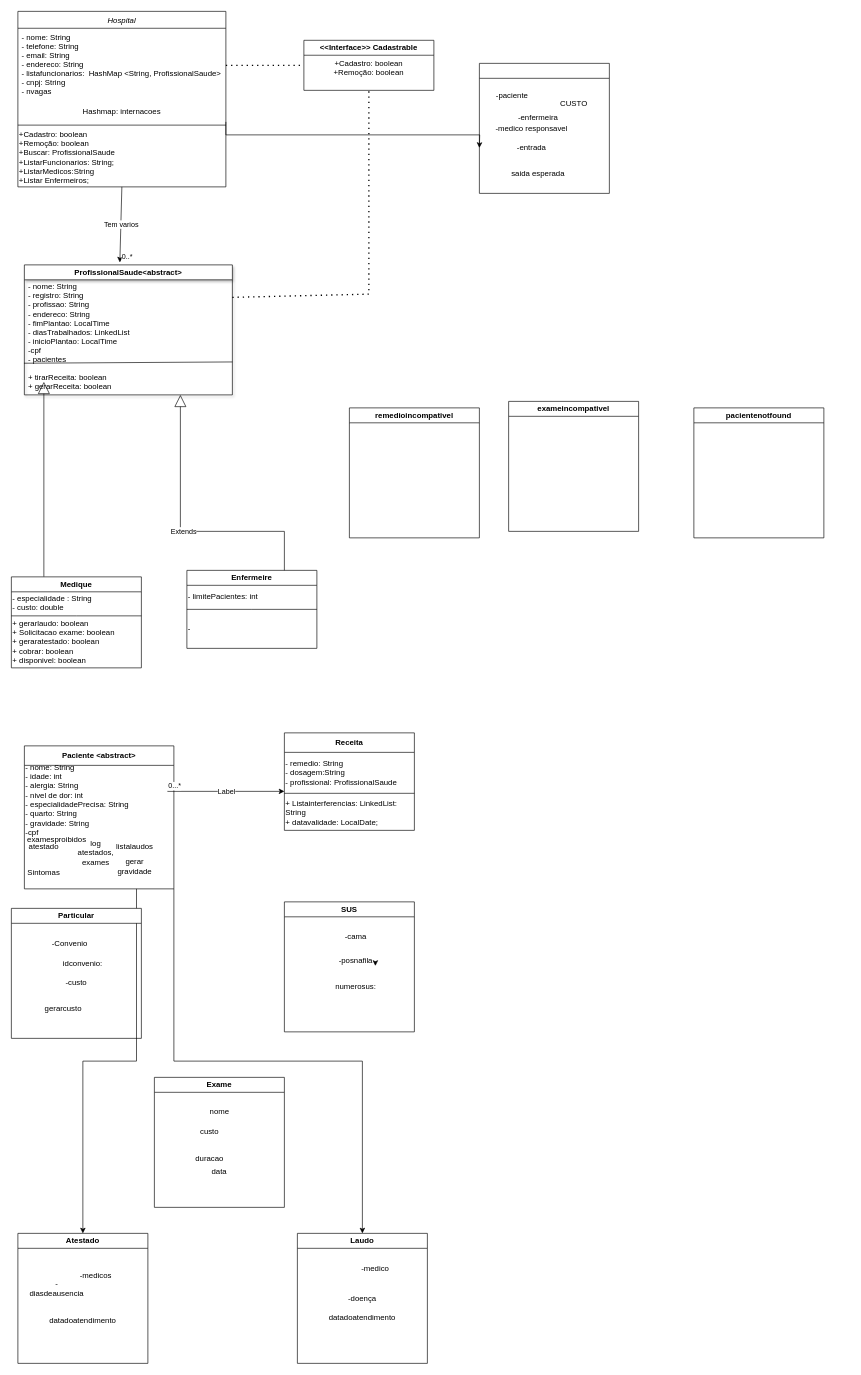
Before: Diagrama sem nome.drawio in Patricio-Andre/Trabalho-Final-MC322, a draw.io diagram. Source tidied: cells renumbered, new cells numbered last; positions are measured from the earlier drawing's top-left corner, leaving out a move shared by most shapes. Both pictures are drawn from the tidied source at 65%, with x=0, y=0 at pixel (11, 11).
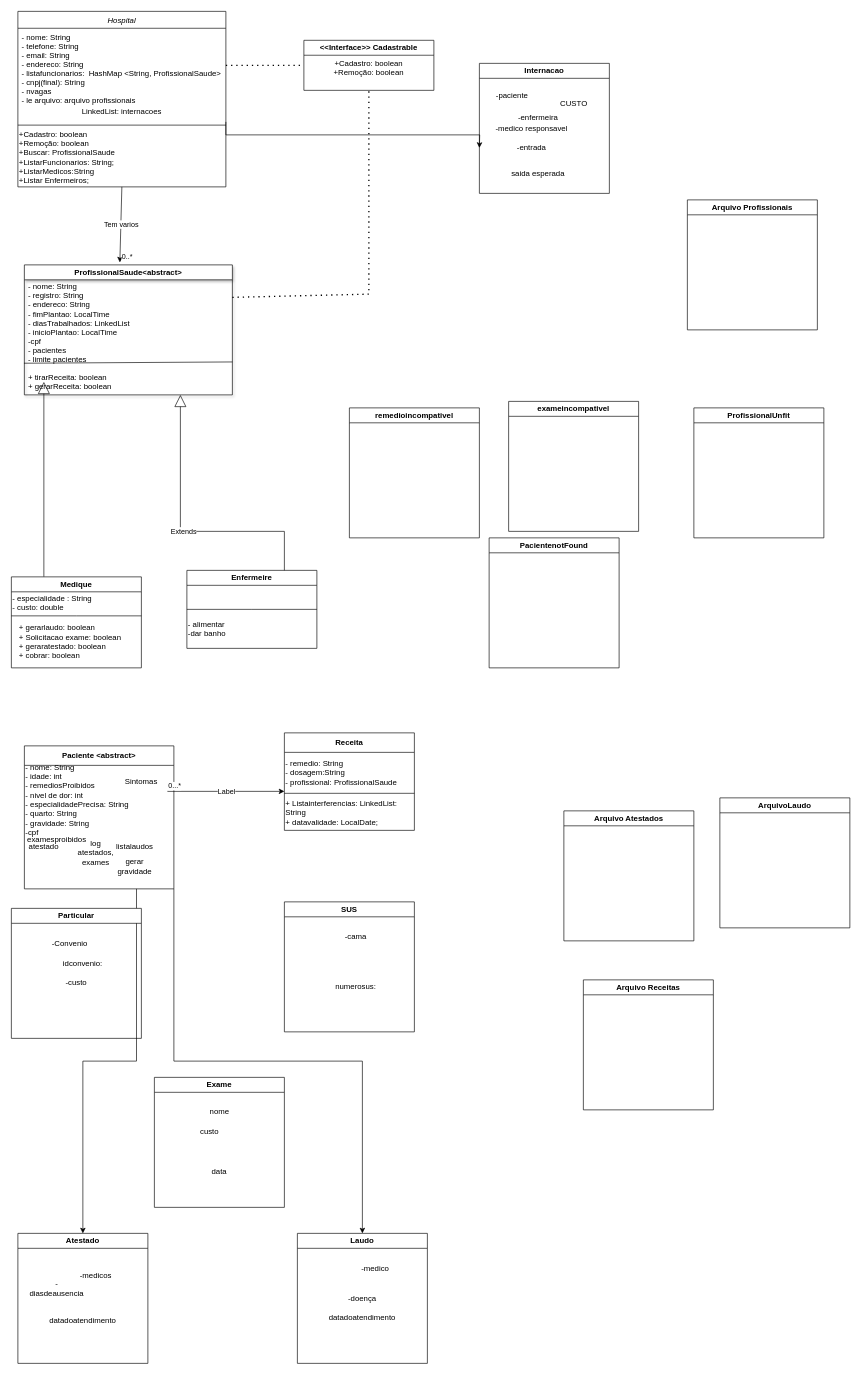
Above is the later version.

Unchanged cells that the change refers to:
```xml
<mxCell id="2" value="Hospital" style="swimlane;fontStyle=2;align=center;verticalAlign=top;horizontal=1;startSize=26;rounded=0;shadow=0;strokeWidth=1;" parent="1" vertex="1">
  <mxGeometry x="10" width="320" height="270" as="geometry" />
</mxCell>
<mxCell id="11" value="ProfissionalSaude&amp;lt;abstract&amp;gt;" style="swimlane;whiteSpace=wrap;html=1;shadow=1;" parent="1" vertex="1">
  <mxGeometry x="20" y="390" width="320" height="200" as="geometry" />
</mxCell>
<mxCell id="20" value="Medique" style="swimlane;whiteSpace=wrap;html=1;" parent="1" vertex="1">
  <mxGeometry y="870" width="200" height="140" as="geometry" />
</mxCell>
<mxCell id="24" value="Enfermeire" style="swimlane;whiteSpace=wrap;html=1;" parent="1" vertex="1">
  <mxGeometry x="270" y="860" width="200" height="120" as="geometry" />
</mxCell>
<mxCell id="31" value="Paciente &amp;lt;abstract&amp;gt;" style="swimlane;whiteSpace=wrap;html=1;startSize=30;" parent="1" vertex="1">
  <mxGeometry x="20" y="1130" width="230" height="220" as="geometry" />
</mxCell>
<mxCell id="39" value="Particular" style="swimlane;whiteSpace=wrap;html=1;startSize=23;" parent="1" vertex="1">
  <mxGeometry y="1380" width="200" height="200" as="geometry" />
</mxCell>
<mxCell id="44" value="SUS" style="swimlane;whiteSpace=wrap;html=1;" parent="1" vertex="1">
  <mxGeometry x="420" y="1370" width="200" height="200" as="geometry" />
</mxCell>
<mxCell id="52" value="Exame" style="swimlane;whiteSpace=wrap;html=1;" parent="1" vertex="1">
  <mxGeometry x="220" y="1640" width="200" height="200" as="geometry" />
</mxCell>
```

Change to the diagram source:
```diff
@@
-    <mxCell id="3" value="- nome: String&#10;- telefone: String&#10;- email: String&#10;- endereco: String&#10;- listafuncionarios:  HashMap &lt;String, ProfissionalSaude&gt;&#10;- cnpj: String&#10;- nvagas&#10;" style="text;align=left;verticalAlign=top;spacingLeft=4;spacingRight=4;overflow=hidden;points=[[0,0.5],[1,0.5]];portConstraint=eastwest;" parent="2" vertex="1">
+    <mxCell id="3" value="- nome: String&#10;- telefone: String&#10;- email: String&#10;- endereco: String&#10;- listafuncionarios:  HashMap &lt;String, ProfissionalSaude&gt;&#10;- cnpj(final): String&#10;- nvagas&#10;- le arquivo: arquivo profissionais" style="text;align=left;verticalAlign=top;spacingLeft=4;spacingRight=4;overflow=hidden;points=[[0,0.5],[1,0.5]];portConstraint=eastwest;" parent="2" vertex="1">
       <mxGeometry y="26" width="320" height="114" as="geometry" />
     </mxCell>
@@
-    <mxCell id="5" value="Hashmap: internacoes" style="text;html=1;strokeColor=none;fillColor=none;align=center;verticalAlign=middle;whiteSpace=wrap;rounded=0;" parent="2" vertex="1">
+    <mxCell id="5" value="LinkedList: internacoes" style="text;html=1;strokeColor=none;fillColor=none;align=center;verticalAlign=middle;whiteSpace=wrap;rounded=0;" parent="2" vertex="1">
       <mxGeometry y="140" width="320" height="30" as="geometry" />
     </mxCell>
@@
-    <mxCell id="12" value="- nome: String&#10;- registro: String&#10;- profissao: String&#10;- endereco: String&#10;- fimPlantao: LocalTime&#10;- diasTrabalhados: LinkedList&#10;- inicioPlantao: LocalTime&#10;-cpf&#10;- pacientes&#10;&#10;&#10;" style="text;align=left;verticalAlign=top;spacingLeft=4;spacingRight=4;overflow=hidden;points=[[0,0.5],[1,0.5]];portConstraint=eastwest;" parent="11" vertex="1">
+    <mxCell id="12" value="- nome: String&#10;- registro: String&#10;- endereco: String&#10;- fimPlantao: LocalTime&#10;- diasTrabalhados: LinkedList&#10;- inicioPlantao: LocalTime&#10;-cpf&#10;- pacientes&#10;- limite pacientes&#10;&#10;&#10;" style="text;align=left;verticalAlign=top;spacingLeft=4;spacingRight=4;overflow=hidden;points=[[0,0.5],[1,0.5]];portConstraint=eastwest;" parent="11" vertex="1">
       <mxGeometry y="20" width="320" height="130" as="geometry" />
     </mxCell>
@@
-    <mxCell id="22" value="+ gerarlaudo: boolean&lt;br&gt;+ Solicitacao exame: boolean&lt;br&gt;+ geraratestado: boolean&lt;br&gt;+ cobrar: boolean&lt;br&gt;+ disponivel: boolean" style="text;html=1;strokeColor=none;fillColor=none;align=left;verticalAlign=middle;whiteSpace=wrap;rounded=0;" parent="20" vertex="1">
-      <mxGeometry y="60" width="200" height="80" as="geometry" />
+    <mxCell id="22" value="+ gerarlaudo: boolean&lt;br&gt;+ Solicitacao exame: boolean&lt;br&gt;+ geraratestado: boolean&lt;br&gt;+ cobrar: boolean" style="text;html=1;strokeColor=none;fillColor=none;align=left;verticalAlign=middle;whiteSpace=wrap;rounded=0;" parent="20" vertex="1">
+      <mxGeometry x="10" y="60" width="200" height="80" as="geometry" />
     </mxCell>
@@
-    <mxCell id="25" value="- limitePacientes: int" style="text;html=1;strokeColor=none;fillColor=none;align=left;verticalAlign=middle;whiteSpace=wrap;rounded=0;" parent="24" vertex="1">
-      <mxGeometry y="20" width="200" height="40" as="geometry" />
-    </mxCell>
-    <mxCell id="26" value="-" style="text;html=1;strokeColor=none;fillColor=none;align=left;verticalAlign=middle;whiteSpace=wrap;rounded=0;" parent="24" vertex="1">
+    <mxCell id="26" value="- alimentar&lt;br&gt;-dar banho" style="text;html=1;strokeColor=none;fillColor=none;align=left;verticalAlign=middle;whiteSpace=wrap;rounded=0;" parent="24" vertex="1">
       <mxGeometry y="60" width="200" height="60" as="geometry" />
     </mxCell>
@@
-    <mxCell id="32" value="- nome: String&lt;br&gt;- idade: int&lt;br&gt;- alergia: String&amp;nbsp;&lt;br&gt;- nivel de dor: int&lt;br&gt;- especialidadePrecisa: String&lt;br&gt;- quarto: String&lt;br&gt;&lt;div&gt;- gravidade: String&lt;/div&gt;&lt;div&gt;-cpf&lt;br&gt;&lt;/div&gt;" style="text;html=1;strokeColor=none;fillColor=none;align=left;verticalAlign=middle;whiteSpace=wrap;rounded=0;" parent="31" vertex="1">
+    <mxCell id="32" value="- nome: String&lt;br&gt;- idade: int&lt;br&gt;- remediosProibidos&lt;br&gt;- nivel de dor: int&lt;br&gt;- especialidadePrecisa: String&lt;br&gt;- quarto: String&lt;br&gt;&lt;div&gt;- gravidade: String&lt;/div&gt;&lt;div&gt;-cpf&lt;br&gt;&lt;/div&gt;" style="text;html=1;strokeColor=none;fillColor=none;align=left;verticalAlign=middle;whiteSpace=wrap;rounded=0;" parent="31" vertex="1">
       <mxGeometry y="33" width="230" height="100" as="geometry" />
     </mxCell>
@@
     <mxCell id="37" value="Sintomas" style="text;html=1;strokeColor=none;fillColor=none;align=center;verticalAlign=middle;whiteSpace=wrap;rounded=0;" parent="31" vertex="1">
-      <mxGeometry y="180" width="60" height="30" as="geometry" />
+      <mxGeometry x="150" y="40" width="60" height="30" as="geometry" />
     </mxCell>
@@
-    <mxCell id="41" value="gerarcusto" style="text;html=1;strokeColor=none;fillColor=none;align=center;verticalAlign=middle;whiteSpace=wrap;rounded=0;" parent="39" vertex="1">
-      <mxGeometry x="50" y="140" width="60" height="30" as="geometry" />
-    </mxCell>
@@
-    <mxCell id="46" value="-posnafila" style="text;html=1;strokeColor=none;fillColor=none;align=center;verticalAlign=middle;whiteSpace=wrap;rounded=0;" parent="44" vertex="1">
-      <mxGeometry x="80" y="76" width="60" height="30" as="geometry" />
-    </mxCell>
-    <mxCell id="47" style="edgeStyle=orthogonalEdgeStyle;rounded=0;orthogonalLoop=1;jettySize=auto;html=1;exitX=1;exitY=0.5;exitDx=0;exitDy=0;entryX=1;entryY=0.75;entryDx=0;entryDy=0;" parent="44" edge="1" source="46" target="46">
-      <mxGeometry relative="1" as="geometry" />
-    </mxCell>
@@
-    <mxCell id="56" value="duracao" style="text;html=1;strokeColor=none;fillColor=none;align=center;verticalAlign=middle;whiteSpace=wrap;rounded=0;" parent="52" vertex="1">
-      <mxGeometry x="55" y="110" width="60" height="30" as="geometry" />
-    </mxCell>
@@
-    <mxCell id="69" style="swimlane;whiteSpace=wrap;html=1;startSize=23;" parent="1" vertex="1">
+    <mxCell id="69" value="Internacao" style="swimlane;whiteSpace=wrap;html=1;startSize=23;" parent="1" vertex="1">
       <mxGeometry x="720" y="80" width="200" height="200" as="geometry" />
     </mxCell>
@@
-    <mxCell id="77" value="&lt;div&gt;pacientenotfound&lt;/div&gt;" style="swimlane;whiteSpace=wrap;html=1;" parent="1" vertex="1">
+    <mxCell id="77" value="ProfissionalUnfit" style="swimlane;whiteSpace=wrap;html=1;" parent="1" vertex="1">
       <mxGeometry x="1050" y="610" width="200" height="200" as="geometry" />
     </mxCell>
@@
+    <mxCell id="79" value="Arquivo Profissionais" style="swimlane;whiteSpace=wrap;html=1;" parent="1" vertex="1">
+      <mxGeometry x="1040" y="290" width="200" height="200" as="geometry" />
+    </mxCell>
+    <mxCell id="80" value="Arquivo Atestados" style="swimlane;whiteSpace=wrap;html=1;" parent="1" vertex="1">
+      <mxGeometry x="850" y="1230" width="200" height="200" as="geometry" />
+    </mxCell>
+    <mxCell id="81" value="Arquivo Receitas" style="swimlane;whiteSpace=wrap;html=1;" parent="1" vertex="1">
+      <mxGeometry x="880" y="1490" width="200" height="200" as="geometry" />
+    </mxCell>
+    <mxCell id="82" value="ArquivoLaudo" style="swimlane;whiteSpace=wrap;html=1;" parent="1" vertex="1">
+      <mxGeometry x="1090" y="1210" width="200" height="200" as="geometry" />
+    </mxCell>
+    <mxCell id="83" value="PacientenotFound" style="swimlane;whiteSpace=wrap;html=1;" parent="1" vertex="1">
+      <mxGeometry x="735" y="810" width="200" height="200" as="geometry" />
+    </mxCell>
```
